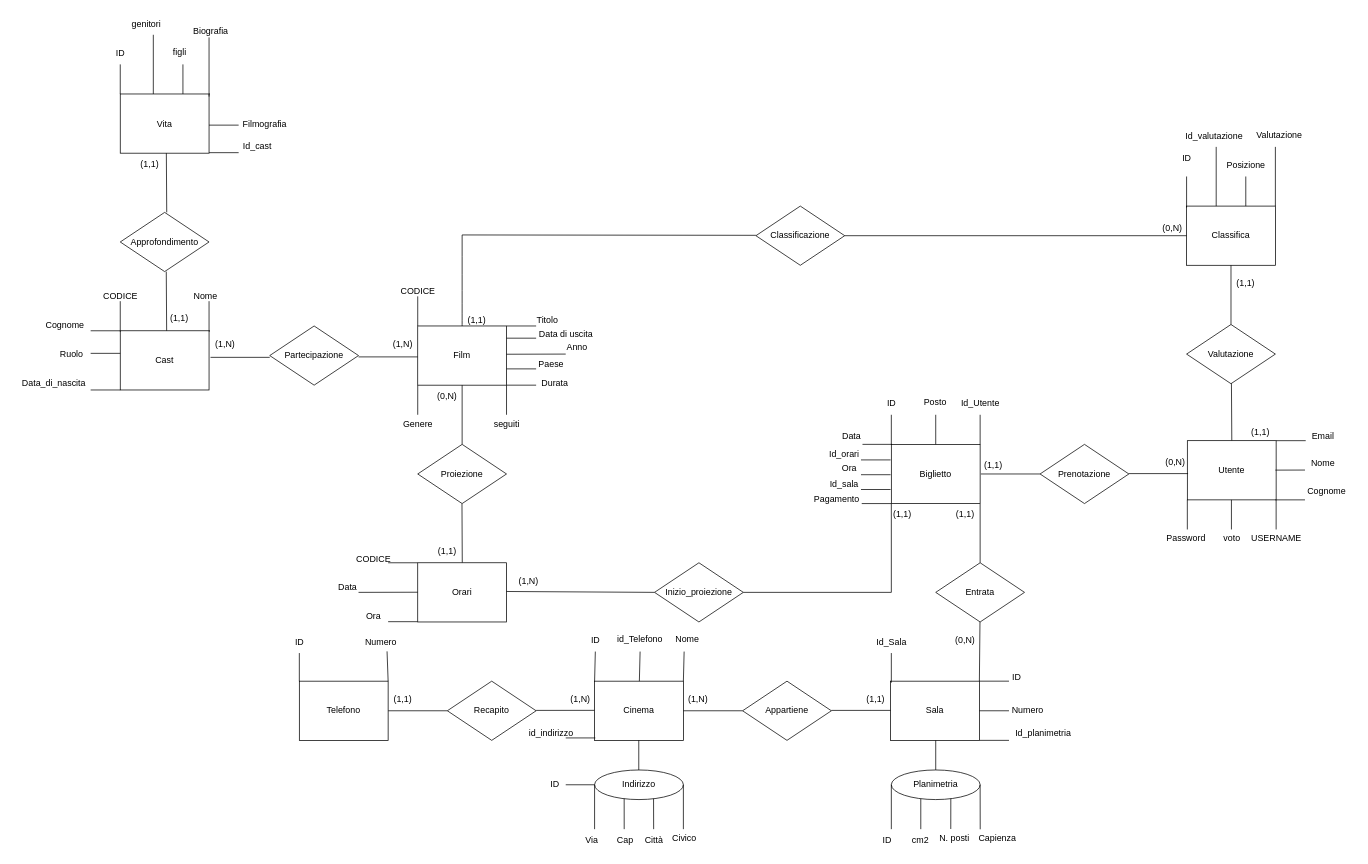
Above: Diagramma.drawio in FRANCO8724/10---Realizzazione-di-una-web-application (draw.io), before the change. Source tidied: cells renumbered, new cells numbered last; positions are measured from the earlier drawing's top-left corner, leaving out a move shared by most shapes. Both pictures are drawn from the tidied source at 74%, with x=0, y=0 at pixel (13, 12).
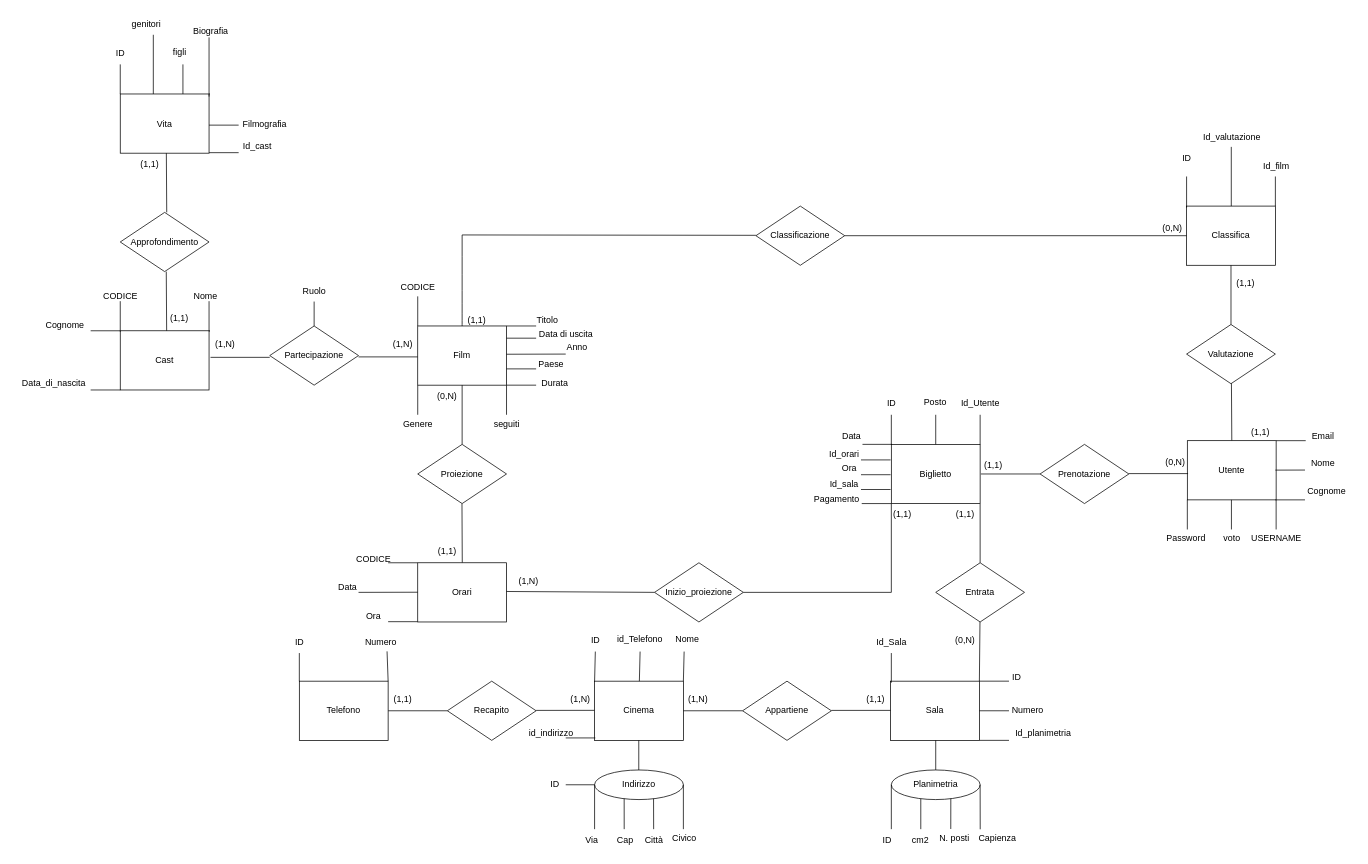
After the change.

Unchanged cells that the change refers to:
```xml
<mxCell id="17" value="Partecipazione" style="rhombus;whiteSpace=wrap;html=1;flipH=0;flipV=0;direction=east;" parent="1" vertex="1">
  <mxGeometry x="347" y="424" width="120" height="80" as="geometry" />
</mxCell>
```

Change to the diagram source:
```diff
@@
     <mxCell id="5" style="endArrow=none;html=1;rounded=0;" parent="1" edge="1">
       <mxGeometry relative="1" as="geometry">
-        <mxPoint x="1626" y="182" as="sourcePoint" />
-        <mxPoint x="1626" y="262" as="targetPoint" />
+        <mxPoint x="1646.4" y="182" as="sourcePoint" />
+        <mxPoint x="1646.4" y="262" as="targetPoint" />
       </mxGeometry>
     </mxCell>
     <mxCell id="6" style="endArrow=none;html=1;rounded=0;" parent="1" edge="1">
       <mxGeometry relative="1" as="geometry">
-        <mxPoint x="1666" y="222" as="sourcePoint" />
-        <mxPoint x="1666" y="262" as="targetPoint" />
+        <mxPoint x="1706" y="222" as="sourcePoint" />
+        <mxPoint x="1706" y="262" as="targetPoint" />
       </mxGeometry>
     </mxCell>
-    <mxCell id="7" style="endArrow=none;html=1;rounded=0;" parent="1" edge="1">
-      <mxGeometry relative="1" as="geometry">
-        <mxPoint x="1706" y="182" as="sourcePoint" />
-        <mxPoint x="1706" y="262" as="targetPoint" />
-      </mxGeometry>
-    </mxCell>
@@
-    <mxCell id="9" value="Posizione" style="text;html=1;align=center;verticalAlign=middle;strokeColor=none;fillColor=none;" parent="1" vertex="1">
-      <mxGeometry x="1626" y="192" width="80" height="30" as="geometry" />
+    <mxCell id="9" value="Id_film" style="text;html=1;align=center;verticalAlign=middle;strokeColor=none;fillColor=none;" parent="1" vertex="1">
+      <mxGeometry x="1680.5" y="194.5" width="53" height="26" as="geometry" />
     </mxCell>
-    <mxCell id="10" value="Valutazione" style="text;html=1;align=center;verticalAlign=middle;strokeColor=none;fillColor=none;" parent="1" vertex="1">
-      <mxGeometry x="1666" y="152" width="90" height="30" as="geometry" />
-    </mxCell>
@@
     <mxCell id="31" value="CODICE" style="text;html=1;align=center;verticalAlign=middle;strokeColor=none;fillColor=none;" parent="1" vertex="1">
-      <mxGeometry x="512" y="362" width="70" height="30" as="geometry" />
+      <mxGeometry x="512" y="357" width="70" height="30" as="geometry" />
     </mxCell>
@@
-    <mxCell id="61" style="endArrow=none;html=1;rounded=0;exitX=1;exitY=0;exitDx=0;exitDy=0;" parent="1" edge="1">
+    <mxCell id="61" style="endArrow=none;html=1;rounded=0;entryX=0.5;entryY=0;entryDx=0;entryDy=0;" parent="1" edge="1" target="17">
       <mxGeometry relative="1" as="geometry">
-        <mxPoint x="105" y="461" as="sourcePoint" />
-        <mxPoint x="145" y="461" as="targetPoint" />
+        <mxPoint x="407" y="391" as="sourcePoint" />
       </mxGeometry>
     </mxCell>
@@
     <mxCell id="63" value="Ruolo" style="text;html=1;align=center;verticalAlign=middle;strokeColor=none;fillColor=none;flipH=0;flipV=0;" parent="1" vertex="1">
-      <mxGeometry x="54" y="447" width="50" height="30" as="geometry" />
+      <mxGeometry x="382" y="362" width="50" height="30" as="geometry" />
     </mxCell>
@@
     <mxCell id="183" value="&lt;font style=&quot;font-size: 12px;&quot;&gt;Id_valutazione&lt;/font&gt;" style="text;html=1;align=center;verticalAlign=middle;strokeColor=none;fillColor=none;fontSize=16;" parent="1" vertex="1">
-      <mxGeometry x="1575.5" y="150.5" width="95" height="31" as="geometry" />
+      <mxGeometry x="1599.5" y="151" width="95" height="31" as="geometry" />
     </mxCell>
```
